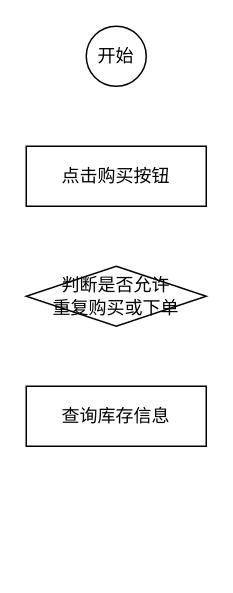
Above: 订单实现技术方案.drawio in chenrushui/draw (draw.io), before the change. Source tidied: cells renumbered, new cells numbered last; positions are measured from the earlier drawing's top-left corner, leaving out a move shared by most shapes. Both pictures are drawn from the tidied source at 150%, with x=0, y=0 at pixel (26, 26).
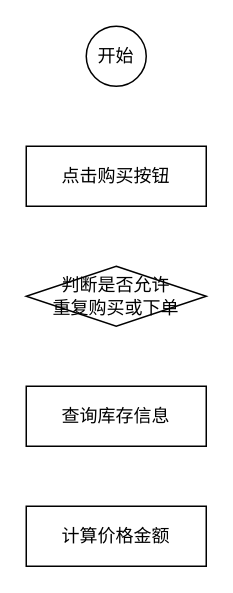
The same page after the edit.

Commit message (it also covers changes not shown here):
订单实现技术方案.drawio

Diff of the diagram source:
```diff
@@
 <mxGraphModel>
   <root>
     <mxCell id="0" />
     <mxCell id="1" parent="0" />
     <mxCell id="2" value="开始" style="ellipse;whiteSpace=wrap;html=1;" parent="1" vertex="1">
       <mxGeometry x="40" width="40" height="40" as="geometry" />
     </mxCell>
     <mxCell id="3" value="点击购买按钮" style="rounded=0;whiteSpace=wrap;html=1;" parent="1" vertex="1">
       <mxGeometry y="80" width="120" height="40" as="geometry" />
     </mxCell>
     <mxCell id="4" value="&lt;span style=&quot;white-space: normal&quot;&gt;判断是否允许&lt;/span&gt;&lt;br style=&quot;white-space: normal&quot;&gt;&lt;span style=&quot;white-space: normal&quot;&gt;重复购买或下单&lt;/span&gt;" style="rhombus;whiteSpace=wrap;html=1;" parent="1" vertex="1">
       <mxGeometry y="160" width="120" height="40" as="geometry" />
     </mxCell>
     <mxCell id="5" value="查询库存信息" style="rounded=0;whiteSpace=wrap;html=1;" parent="1" vertex="1">
       <mxGeometry y="240" width="120" height="40" as="geometry" />
     </mxCell>
+    <mxCell id="6" value="计算价格金额" style="rounded=0;whiteSpace=wrap;html=1;" parent="1" vertex="1">
+      <mxGeometry y="320" width="120" height="40" as="geometry" />
+    </mxCell>
   </root>
 </mxGraphModel>
```
